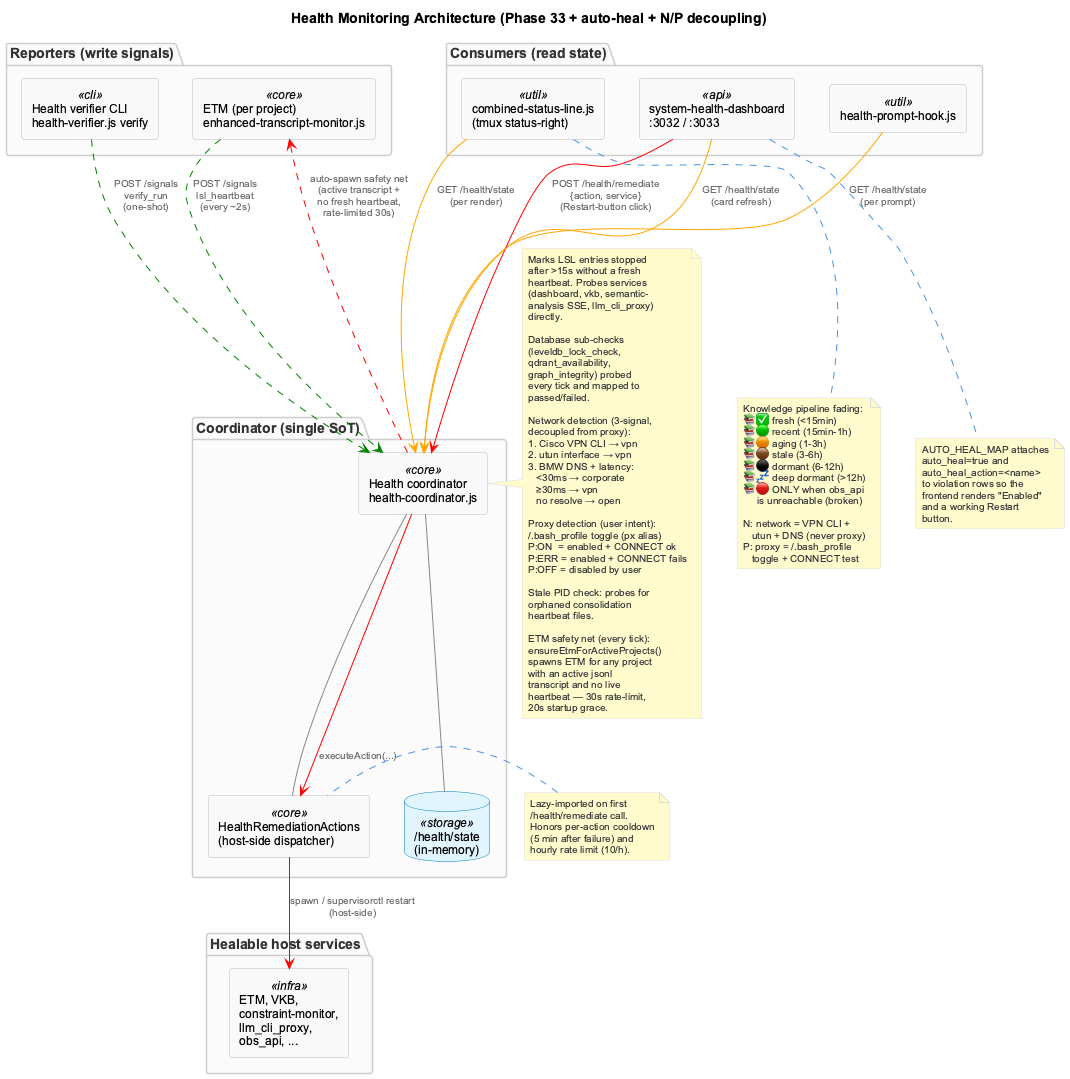
fwornle/coding keeps this PlantUML diagram as docs/images/health-coordinator-architecture.png. Above is the earlier version.
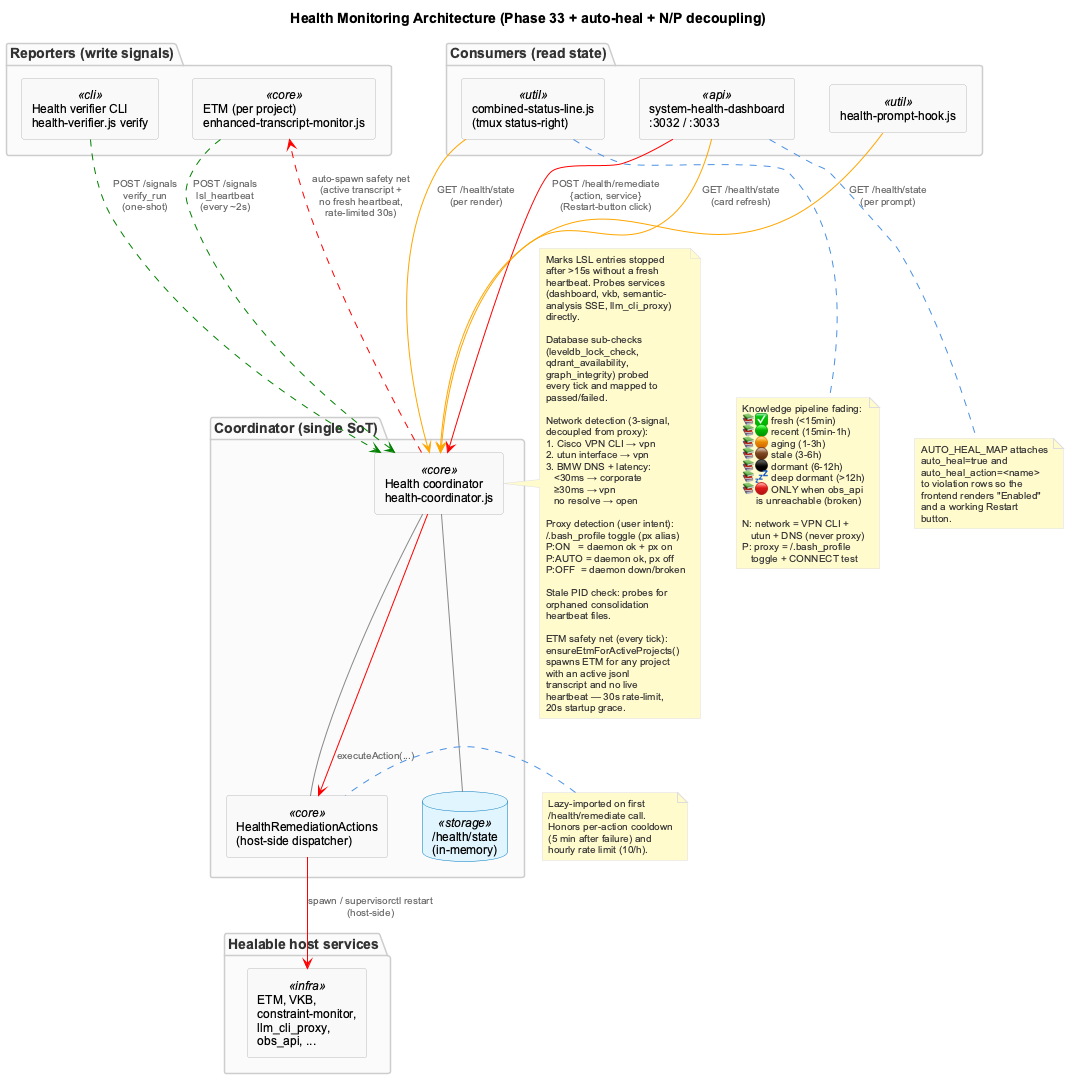
Above is the later version.

The edit, as a diff of the source:
```diff
@@ -66,9 +66,9 @@
 
   Proxy detection (user intent):
   ~/.bash_profile toggle (px alias)
-  P:ON  = enabled + CONNECT ok
-  P:ERR = enabled + CONNECT fails
-  P:OFF = disabled by user
+  P:ON   = daemon ok + px on
+  P:AUTO = daemon ok, px off
+  P:OFF  = daemon down/broken
 
   Stale PID check: probes for
   orphaned consolidation
```
